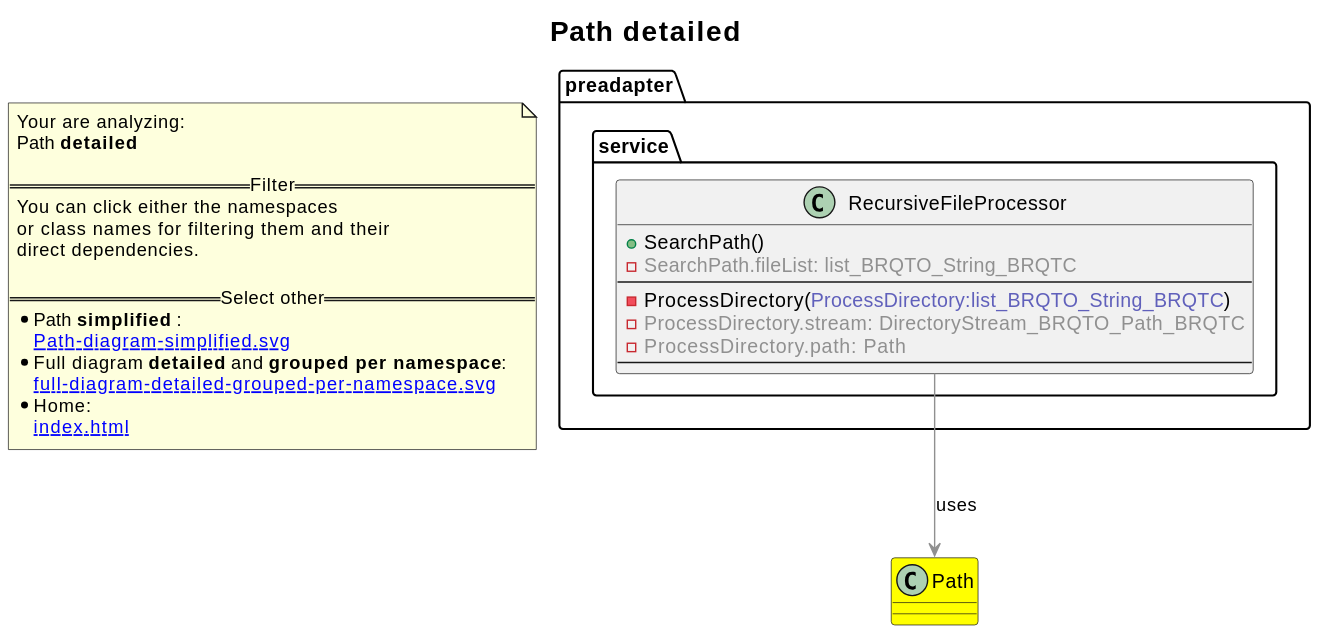
Before: revenger-java-adapter.out/Path-diagram-detailed.svg, a diagram exported from PlantUML (2BlackCoffees/revenger).
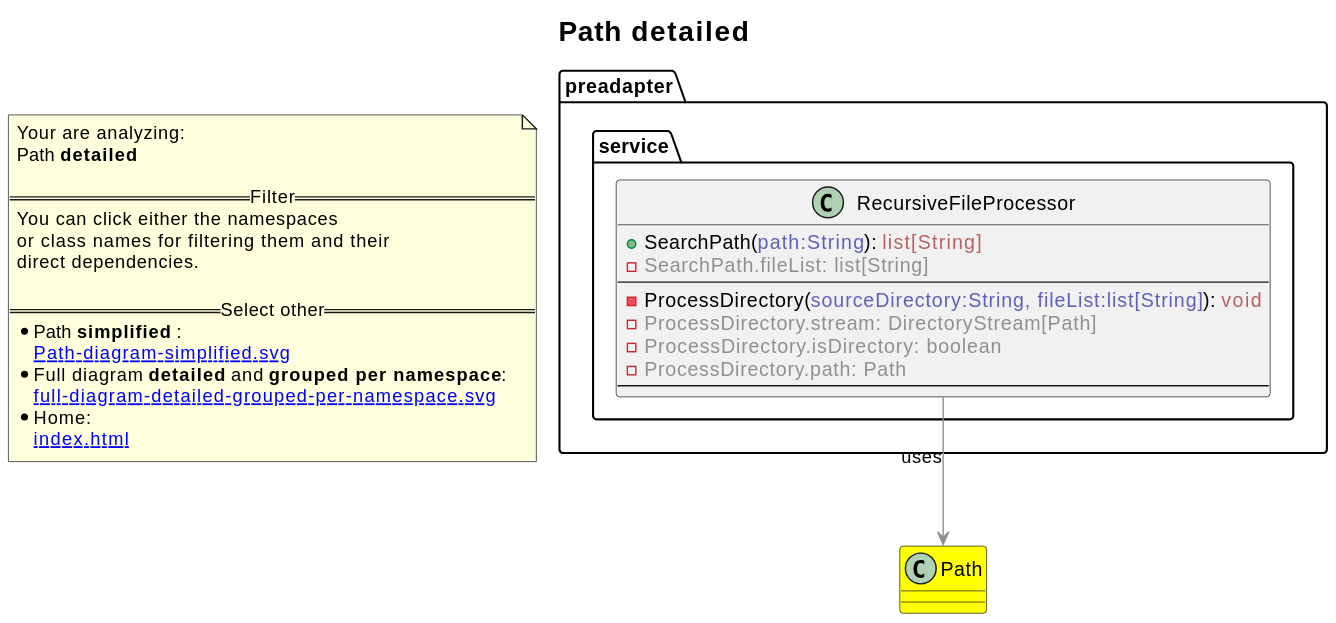
Later version of the same file.

Change to the diagram source:
```diff
@@ -1,14 +1,16 @@
 @startuml
+skinparam linetype ortho
 title <size:20>Path **detailed** </size>
 note "Your are analyzing:\nPath **detailed** \n\n==Filter==\nYou can click either the namespaces \nor class names for filtering them and their\ndirect dependencies.\n\n==Select other==\n* Path **simplified** :\n   [[Path-diagram-simplified.svg]]\n* Full diagram **detailed** and **grouped per namespace**:\n   [[full-diagram-detailed-grouped-per-namespace.svg]]\n* Home:\n   [[index.html]]" as FloatingNote
 class Path [[Path-diagram-detailed.svg]] #yellow {
 }
   class preadapter.service.RecursiveFileProcessor [[preadapter.service.RecursiveFileProcessor-diagram-detailed.svg]]  {
-    + SearchPath(<font color="6060BB"></font>)
-    - <font color="909090">SearchPath.fileList: list_BRQTO_String_BRQTC</font>
+    + SearchPath(<font color="6060BB">path:String</font>): <font color="BB6060">list[String]</font>
+    - <font color="909090">SearchPath.fileList: list[String]</font>
 --
-    - ProcessDirectory(<font color="6060BB">ProcessDirectory:list_BRQTO_String_BRQTC</font>)
-    - <font color="909090">ProcessDirectory.stream: DirectoryStream_BRQTO_Path_BRQTC</font>
+    - ProcessDirectory(<font color="6060BB">sourceDirectory:String, fileList:list[String]</font>): <font color="BB6060">void</font>
+    - <font color="909090">ProcessDirectory.stream: DirectoryStream[Path]</font>
+    - <font color="909090">ProcessDirectory.isDirectory: boolean</font>
     - <font color="909090">ProcessDirectory.path: Path</font>
 --
   }
```
